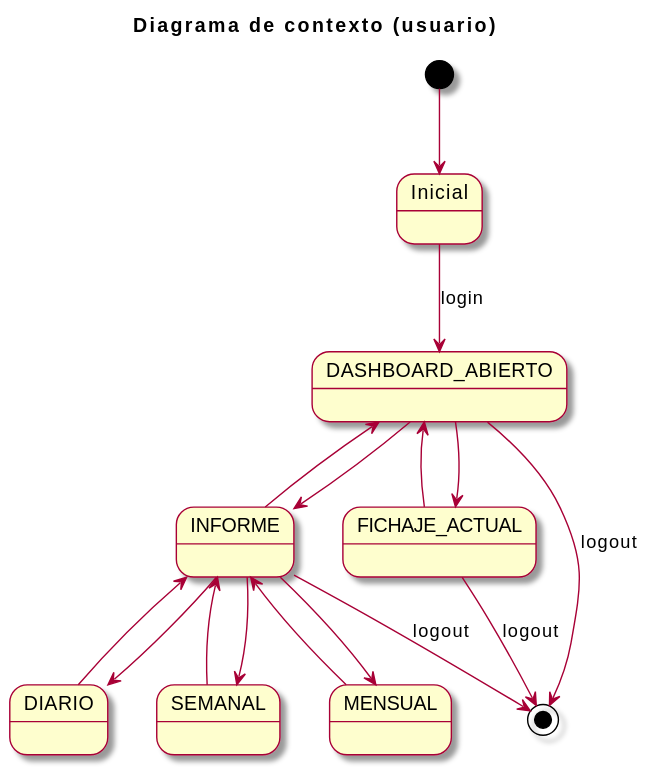
This is imagenes/casosDeUso/diagramaContexto(usuario).svg from mmasias/23-24-IdSw1-SDR, a PlantUML export, as it was before one commit.
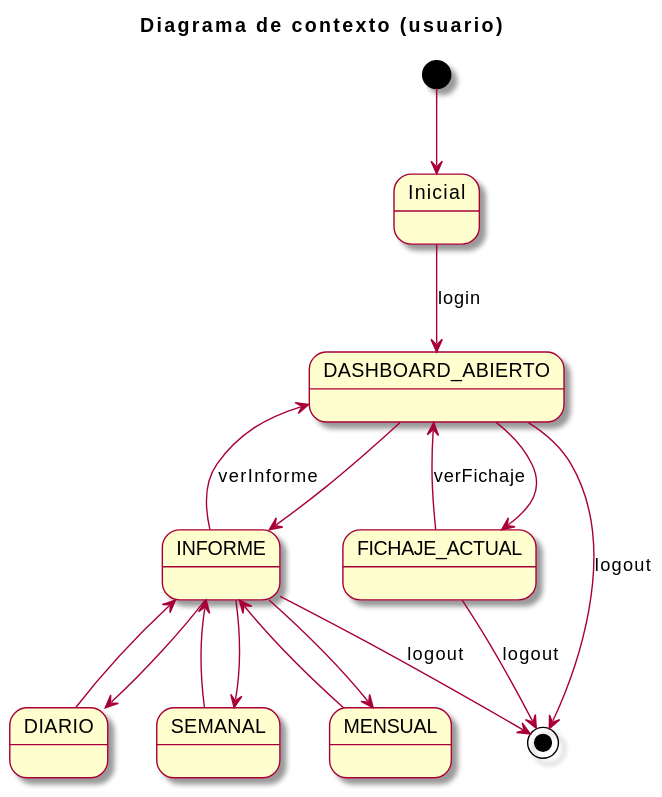
Above is the later version.

Commit message:
actualizando imagenes de diagramas de contexto

The edit, as a diff of the source:
```diff
@@ -9,8 +9,8 @@
 DASHBOARD_ABIERTO --> FICHAJE_ACTUAL
 DASHBOARD_ABIERTO --> INFORME
 
-DASHBOARD_ABIERTO <-- FICHAJE_ACTUAL
-DASHBOARD_ABIERTO <-- INFORME
+DASHBOARD_ABIERTO <-- FICHAJE_ACTUAL : verFichaje
+DASHBOARD_ABIERTO <-- INFORME : verInforme
 
 INFORME --> DIARIO
 INFORME --> SEMANAL
```
